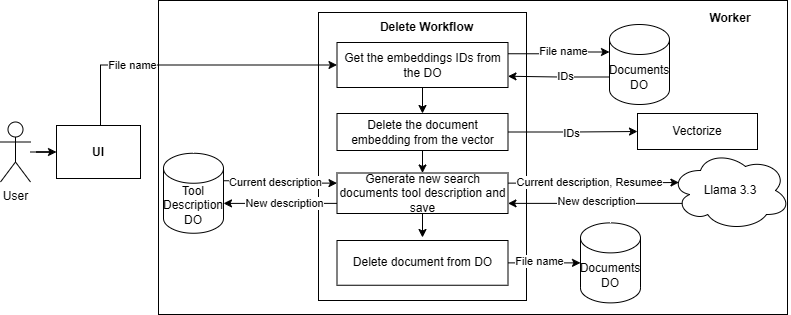
jaimerusso/cf_ai_tbot_lite keeps this draw.io diagram as diagrams/delete_pipeline.png. Above is the earlier version. Source tidied: cells renumbered, new cells last; positions are measured from the earlier drawing's top-left corner, leaving out a move shared by most shapes. Its diagram source:
```xml
<mxGraphModel>
  <root>
    <mxCell id="0" />
    <mxCell id="1" parent="0" />
    <mxCell id="2" style="rounded=0;whiteSpace=wrap;html=1;" parent="1" vertex="1">
      <mxGeometry x="158" width="629" height="314" as="geometry" />
    </mxCell>
    <mxCell id="3" style="edgeStyle=orthogonalEdgeStyle;rounded=0;jettySize=auto;html=1;entryX=0;entryY=0.5;entryDx=0;entryDy=0;" parent="1" edge="1" source="4" target="7">
      <mxGeometry relative="1" as="geometry" />
    </mxCell>
    <mxCell id="4" value="User" style="shape=umlActor;verticalLabelPosition=bottom;verticalAlign=top;html=1;outlineConnect=0;" parent="1" vertex="1">
      <mxGeometry y="121.5" width="30" height="60" as="geometry" />
    </mxCell>
    <mxCell id="5" style="edgeStyle=orthogonalEdgeStyle;rounded=0;jettySize=auto;html=1;entryX=0;entryY=0.5;entryDx=0;entryDy=0;" parent="1" edge="1" source="7" target="12">
      <mxGeometry relative="1" as="geometry">
        <Array as="points">
          <mxPoint x="100" y="64" />
        </Array>
      </mxGeometry>
    </mxCell>
    <mxCell id="6" value="File name" style="edgeLabel;html=1;align=center;verticalAlign=middle;" parent="5" vertex="1">
      <mxGeometry x="-0.55" y="-1" relative="1" as="geometry">
        <mxPoint x="26" y="-1" as="offset" />
      </mxGeometry>
    </mxCell>
    <mxCell id="7" value="&lt;b&gt;UI&lt;/b&gt;" style="rounded=0;whiteSpace=wrap;html=1;strokeColor=#000000;fillColor=none;gradientColor=none;fillStyle=solid;" parent="1" vertex="1">
      <mxGeometry x="56" y="125" width="84" height="53" as="geometry" />
    </mxCell>
    <mxCell id="8" style="rounded=0;whiteSpace=wrap;html=1;fillColor=none;" parent="1" vertex="1">
      <mxGeometry x="318" y="12" width="208" height="288" as="geometry" />
    </mxCell>
    <mxCell id="9" value="&lt;b&gt;Worker&lt;/b&gt;" style="text;html=1;whiteSpace=wrap;strokeColor=none;fillColor=none;align=center;verticalAlign=middle;rounded=0;" parent="1" vertex="1">
      <mxGeometry x="700" y="3" width="60" height="30" as="geometry" />
    </mxCell>
    <mxCell id="10" value="&lt;b&gt;Delete Workflow&lt;/b&gt;" style="text;html=1;whiteSpace=wrap;strokeColor=none;fillColor=none;align=center;verticalAlign=middle;rounded=0;" parent="1" vertex="1">
      <mxGeometry x="374.5" y="12" width="102.5" height="30" as="geometry" />
    </mxCell>
    <mxCell id="11" style="edgeStyle=orthogonalEdgeStyle;rounded=0;jettySize=auto;html=1;exitX=0.5;exitY=1;exitDx=0;exitDy=0;entryX=0.5;entryY=0;entryDx=0;entryDy=0;" parent="1" edge="1" source="12" target="16">
      <mxGeometry relative="1" as="geometry" />
    </mxCell>
    <mxCell id="12" value="Get the embeddings IDs from the DO" style="rounded=0;whiteSpace=wrap;html=1;" parent="1" vertex="1">
      <mxGeometry x="336.5" y="42" width="171" height="45" as="geometry" />
    </mxCell>
    <mxCell id="13" style="edgeStyle=orthogonalEdgeStyle;rounded=0;jettySize=auto;html=1;exitX=1;exitY=0.5;exitDx=0;exitDy=0;entryX=0;entryY=0.5;entryDx=0;entryDy=0;" parent="1" edge="1" source="16" target="17">
      <mxGeometry relative="1" as="geometry" />
    </mxCell>
    <mxCell id="14" value="IDs" style="edgeLabel;html=1;align=center;verticalAlign=middle;" parent="13" vertex="1">
      <mxGeometry x="0.24" y="1" relative="1" as="geometry">
        <mxPoint x="-17" y="2" as="offset" />
      </mxGeometry>
    </mxCell>
    <mxCell id="15" style="edgeStyle=orthogonalEdgeStyle;rounded=0;jettySize=auto;html=1;exitX=0.5;exitY=1;exitDx=0;exitDy=0;entryX=0.5;entryY=0;entryDx=0;entryDy=0;" parent="1" edge="1" source="16" target="19">
      <mxGeometry relative="1" as="geometry" />
    </mxCell>
    <mxCell id="16" value="Delete the document embedding from the vector" style="rounded=0;whiteSpace=wrap;html=1;" parent="1" vertex="1">
      <mxGeometry x="336.5" y="113" width="171" height="37" as="geometry" />
    </mxCell>
    <mxCell id="17" value="Vectorize" style="rounded=0;whiteSpace=wrap;html=1;" parent="1" vertex="1">
      <mxGeometry x="637" y="113" width="120" height="36" as="geometry" />
    </mxCell>
    <mxCell id="18" style="edgeStyle=orthogonalEdgeStyle;rounded=0;jettySize=auto;html=1;exitX=0.5;exitY=1;exitDx=0;exitDy=0;" parent="1" edge="1" source="19">
      <mxGeometry relative="1" as="geometry">
        <mxPoint x="422" y="237" as="targetPoint" />
      </mxGeometry>
    </mxCell>
    <mxCell id="19" value="Generate new search documents tool description and save" style="rounded=0;whiteSpace=wrap;html=1;" parent="1" vertex="1">
      <mxGeometry x="336.5" y="172.5" width="171" height="40.5" as="geometry" />
    </mxCell>
    <mxCell id="20" style="edgeStyle=orthogonalEdgeStyle;rounded=0;jettySize=auto;html=1;exitX=0.16;exitY=0.55;exitDx=0;exitDy=0;exitPerimeter=0;entryX=1;entryY=0.75;entryDx=0;entryDy=0;" parent="1" edge="1" source="21" target="19">
      <mxGeometry relative="1" as="geometry">
        <Array as="points">
          <mxPoint x="689" y="203" />
        </Array>
      </mxGeometry>
    </mxCell>
    <mxCell id="21" value="Llama 3.3" style="ellipse;shape=cloud;whiteSpace=wrap;html=1;" parent="1" vertex="1">
      <mxGeometry x="670" y="150" width="120" height="80" as="geometry" />
    </mxCell>
    <mxCell id="22" style="edgeStyle=orthogonalEdgeStyle;rounded=0;jettySize=auto;html=1;exitX=1;exitY=0.25;exitDx=0;exitDy=0;entryX=0.07;entryY=0.4;entryDx=0;entryDy=0;entryPerimeter=0;" parent="1" edge="1" source="19" target="21">
      <mxGeometry relative="1" as="geometry" />
    </mxCell>
    <mxCell id="23" value="&lt;span style=&quot;color: rgba(0, 0, 0, 0); font-family: monospace; font-size: 0px; text-align: start; background-color: rgb(236, 236, 236);&quot;&gt;%3CmxGraphModel%3E%3Croot%3E%3CmxCell%20id%3D%220%22%2F%3E%3CmxCell%20id%3D%221%22%20parent%3D%220%22%2F%3E%3CmxCell%20id%3D%222%22%20connectable%3D%220%22%20parent%3D%221%22%20style%3D%22edgeLabel%3Bhtml%3D1%3Balign%3Dcenter%3BverticalAlign%3Dmiddle%3Bresizable%3D0%3Bpoints%3D%5B%5D%3B%22%20value%3D%22Current%20description%2C%20Resumee%22%20vertex%3D%221%22%3E%3CmxGeometry%20x%3D%22567.2145242530114%22%20y%3D%22579.0280524021049%22%20as%3D%22geometry%22%2F%3E%3C%2FmxCell%3E%3C%2Froot%3E%3C%2FmxGraphModel%3E&lt;/span&gt;" style="edgeLabel;html=1;align=center;verticalAlign=middle;" parent="22" vertex="1">
      <mxGeometry x="0.16" relative="1" as="geometry" />
    </mxCell>
    <mxCell id="24" style="edgeStyle=orthogonalEdgeStyle;rounded=0;jettySize=auto;html=1;exitX=1;exitY=0;exitDx=0;exitDy=27.5;exitPerimeter=0;entryX=0;entryY=0.25;entryDx=0;entryDy=0;" parent="1" edge="1" source="26" target="19">
      <mxGeometry relative="1" as="geometry" />
    </mxCell>
    <mxCell id="25" value="Current description" style="edgeLabel;html=1;align=center;verticalAlign=middle;" parent="24" vertex="1">
      <mxGeometry x="-0.07" y="-1" relative="1" as="geometry">
        <mxPoint x="-2" as="offset" />
      </mxGeometry>
    </mxCell>
    <mxCell id="26" value="Tool Description DO" style="shape=cylinder3;whiteSpace=wrap;html=1;boundedLbl=1;backgroundOutline=1;size=15;" parent="1" vertex="1">
      <mxGeometry x="163" y="152.8" width="60" height="80" as="geometry" />
    </mxCell>
    <mxCell id="27" style="edgeStyle=orthogonalEdgeStyle;rounded=0;jettySize=auto;html=1;exitX=0;exitY=0.75;exitDx=0;exitDy=0;" parent="1" edge="1" source="19" target="26">
      <mxGeometry relative="1" as="geometry">
        <Array as="points">
          <mxPoint x="249" y="203" />
          <mxPoint x="249" y="203" />
        </Array>
      </mxGeometry>
    </mxCell>
    <mxCell id="28" value="New description" style="edgeLabel;html=1;align=center;verticalAlign=middle;" parent="27" vertex="1">
      <mxGeometry x="0.1" y="5" relative="1" as="geometry">
        <mxPoint x="10" y="-5" as="offset" />
      </mxGeometry>
    </mxCell>
    <mxCell id="29" value="Delete document from DO" style="rounded=0;whiteSpace=wrap;html=1;" parent="1" vertex="1">
      <mxGeometry x="336.5" y="240" width="171" height="44.8" as="geometry" />
    </mxCell>
    <mxCell id="30" style="edgeStyle=orthogonalEdgeStyle;rounded=0;jettySize=auto;html=1;exitX=0;exitY=0;exitDx=0;exitDy=52.5;exitPerimeter=0;entryX=1;entryY=0.75;entryDx=0;entryDy=0;" parent="1" edge="1" source="32" target="12">
      <mxGeometry relative="1" as="geometry" />
    </mxCell>
    <mxCell id="31" value="IDs" style="edgeLabel;html=1;align=center;verticalAlign=middle;" parent="30" vertex="1">
      <mxGeometry x="-0.1" y="1" relative="1" as="geometry">
        <mxPoint x="1" y="-2" as="offset" />
      </mxGeometry>
    </mxCell>
    <mxCell id="32" value="Documents DO" style="shape=cylinder3;whiteSpace=wrap;html=1;boundedLbl=1;backgroundOutline=1;size=15;" parent="1" vertex="1">
      <mxGeometry x="609" y="24" width="60" height="80" as="geometry" />
    </mxCell>
    <mxCell id="33" style="edgeStyle=orthogonalEdgeStyle;rounded=0;jettySize=auto;html=1;exitX=1;exitY=0.25;exitDx=0;exitDy=0;entryX=0;entryY=0;entryDx=0;entryDy=27.5;entryPerimeter=0;" parent="1" edge="1" source="12" target="32">
      <mxGeometry relative="1" as="geometry" />
    </mxCell>
    <mxCell id="34" value="File name" style="edgeLabel;html=1;align=center;verticalAlign=middle;" parent="33" vertex="1">
      <mxGeometry x="0.11" y="1" relative="1" as="geometry" />
    </mxCell>
    <mxCell id="35" value="Current description, Resumee" style="edgeLabel;html=1;align=center;verticalAlign=middle;" parent="1" vertex="1">
      <mxGeometry x="588" y="181.5" as="geometry" />
    </mxCell>
    <mxCell id="36" value="New description" style="edgeLabel;html=1;align=center;verticalAlign=middle;" parent="1" vertex="1">
      <mxGeometry x="595" y="200.5" as="geometry" />
    </mxCell>
    <mxCell id="37" value="Documents DO" style="shape=cylinder3;whiteSpace=wrap;html=1;boundedLbl=1;backgroundOutline=1;size=15;" parent="1" vertex="1">
      <mxGeometry x="580" y="222.4" width="60" height="80" as="geometry" />
    </mxCell>
    <mxCell id="38" style="edgeStyle=orthogonalEdgeStyle;rounded=0;jettySize=auto;html=1;exitX=1;exitY=0.5;exitDx=0;exitDy=0;entryX=0;entryY=0.5;entryDx=0;entryDy=0;entryPerimeter=0;" parent="1" edge="1" source="29" target="37">
      <mxGeometry relative="1" as="geometry" />
    </mxCell>
    <mxCell id="39" value="File name" style="edgeLabel;html=1;align=center;verticalAlign=middle;" parent="38" vertex="1">
      <mxGeometry x="-0.16" y="2" relative="1" as="geometry" />
    </mxCell>
  </root>
</mxGraphModel>
```
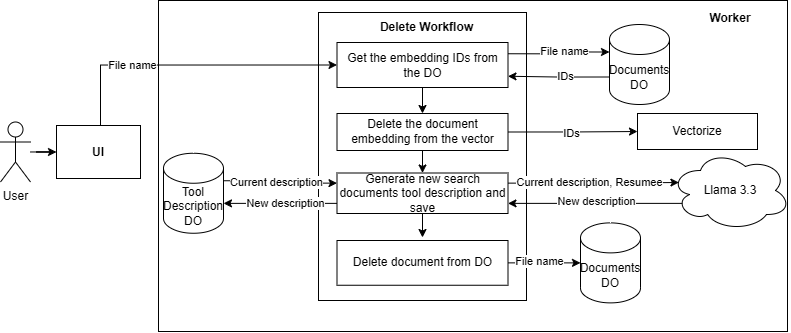
Later version of the same file.

Commit message:
diagrams update with document chunking

Change to the diagram source:
```diff
@@ -3,7 +3,7 @@
     <mxCell id="0" />
     <mxCell id="1" parent="0" />
     <mxCell id="2" style="rounded=0;whiteSpace=wrap;html=1;" parent="1" vertex="1">
-      <mxGeometry x="158" width="629" height="314" as="geometry" />
+      <mxGeometry x="158" width="629" height="331" as="geometry" />
     </mxCell>
     <mxCell id="3" style="edgeStyle=orthogonalEdgeStyle;rounded=0;jettySize=auto;html=1;entryX=0;entryY=0.5;entryDx=0;entryDy=0;" parent="1" edge="1" source="4" target="7">
       <mxGeometry relative="1" as="geometry" />
@@ -38,7 +38,7 @@
     <mxCell id="11" style="edgeStyle=orthogonalEdgeStyle;rounded=0;jettySize=auto;html=1;exitX=0.5;exitY=1;exitDx=0;exitDy=0;entryX=0.5;entryY=0;entryDx=0;entryDy=0;" parent="1" edge="1" source="12" target="16">
       <mxGeometry relative="1" as="geometry" />
     </mxCell>
-    <mxCell id="12" value="Get the embeddings IDs from the DO" style="rounded=0;whiteSpace=wrap;html=1;" parent="1" vertex="1">
+    <mxCell id="12" value="Get the embedding IDs from the DO" style="rounded=0;whiteSpace=wrap;html=1;" parent="1" vertex="1">
       <mxGeometry x="336.5" y="42" width="171" height="45" as="geometry" />
     </mxCell>
     <mxCell id="13" style="edgeStyle=orthogonalEdgeStyle;rounded=0;jettySize=auto;html=1;exitX=1;exitY=0.5;exitDx=0;exitDy=0;entryX=0;entryY=0.5;entryDx=0;entryDy=0;" parent="1" edge="1" source="16" target="17">
```
